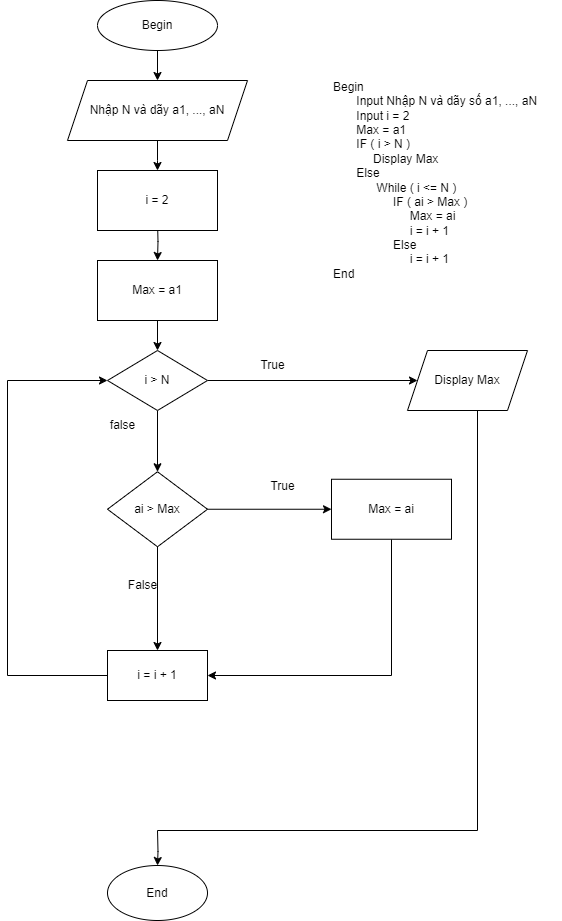
Above: ss4_MoTaThuatToanBangPseudoCode&Flowchart/BaiTap/TimSoLonNhaTrongMotDaySo.drawio.png in NguyenDung2211-nd/CO924G1-NguyenDung (draw.io), before the change. Source tidied: cells renumbered, new cells last; positions are measured from the earlier drawing's top-left corner, leaving out a move shared by most shapes.
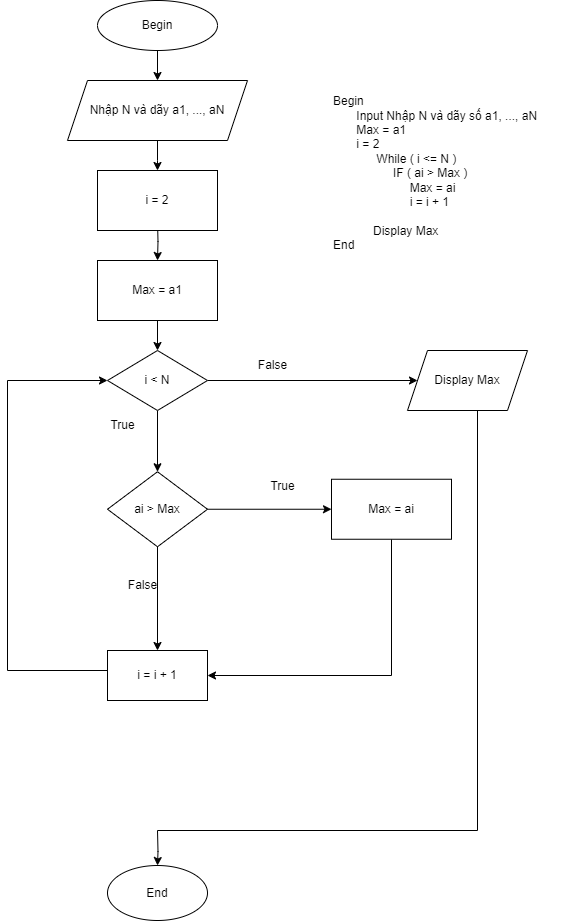
Above is the later version.

Diff of the diagram source:
```diff
@@ -2,8 +2,8 @@
   <root>
     <mxCell id="0" />
     <mxCell id="1" parent="0" />
-    <mxCell id="2" value="Begin&lt;div&gt;&amp;nbsp; &amp;nbsp; &amp;nbsp; &amp;nbsp;Input Nhập N và dãy số a1, ..., aN&lt;/div&gt;&lt;div&gt;&amp;nbsp; &amp;nbsp; &amp;nbsp; &amp;nbsp;Input i = 2&lt;/div&gt;&lt;div&gt;&amp;nbsp; &amp;nbsp; &amp;nbsp; &amp;nbsp;Max = a1&lt;/div&gt;&lt;div&gt;&amp;nbsp; &amp;nbsp; &amp;nbsp; &amp;nbsp;IF ( i &amp;gt; N )&lt;/div&gt;&lt;div&gt;&amp;nbsp; &amp;nbsp; &amp;nbsp; &amp;nbsp; &amp;nbsp; &amp;nbsp; Display Max&lt;/div&gt;&lt;div&gt;&amp;nbsp; &amp;nbsp; &amp;nbsp; &amp;nbsp;Else&amp;nbsp;&lt;/div&gt;&lt;div&gt;&amp;nbsp; &amp;nbsp; &amp;nbsp; &amp;nbsp; &amp;nbsp; &amp;nbsp; &amp;nbsp;While ( i &amp;lt;= N )&lt;/div&gt;&lt;div&gt;&amp;nbsp; &amp;nbsp; &amp;nbsp; &amp;nbsp; &amp;nbsp; &amp;nbsp; &amp;nbsp; &amp;nbsp; &amp;nbsp; IF ( ai &amp;gt; Max )&lt;/div&gt;&lt;div&gt;&amp;nbsp; &amp;nbsp; &amp;nbsp; &amp;nbsp; &amp;nbsp; &amp;nbsp; &amp;nbsp; &amp;nbsp; &amp;nbsp; &amp;nbsp; &amp;nbsp; &amp;nbsp;Max = ai&lt;/div&gt;&lt;div&gt;&amp;nbsp; &amp;nbsp; &amp;nbsp; &amp;nbsp; &amp;nbsp; &amp;nbsp; &amp;nbsp; &amp;nbsp; &amp;nbsp; &amp;nbsp; &amp;nbsp; &amp;nbsp;i = i + 1&lt;/div&gt;&lt;div&gt;&amp;nbsp; &amp;nbsp; &amp;nbsp; &amp;nbsp; &amp;nbsp; &amp;nbsp; &amp;nbsp; &amp;nbsp; &amp;nbsp; Else&lt;/div&gt;&lt;div&gt;&amp;nbsp; &amp;nbsp; &amp;nbsp; &amp;nbsp; &amp;nbsp; &amp;nbsp; &amp;nbsp; &amp;nbsp; &amp;nbsp; &amp;nbsp; &amp;nbsp; &amp;nbsp;i = i + 1&lt;/div&gt;&lt;div&gt;End&lt;/div&gt;" style="text;html=1;align=left;verticalAlign=middle;strokeColor=none;fillColor=none;" parent="1" vertex="1">
-      <mxGeometry x="324" y="70" width="230" height="220" as="geometry" />
+    <mxCell id="2" value="Begin&lt;div&gt;&amp;nbsp; &amp;nbsp; &amp;nbsp; &amp;nbsp;Input Nhập N và dãy số a1, ..., aN&lt;/div&gt;&lt;div&gt;&amp;nbsp; &amp;nbsp; &amp;nbsp; &amp;nbsp;Max = a1&lt;/div&gt;&lt;div&gt;&amp;nbsp; &amp;nbsp; &amp;nbsp; &amp;nbsp;i = 2&lt;/div&gt;&lt;div&gt;&amp;nbsp; &amp;nbsp; &amp;nbsp; &amp;nbsp; &amp;nbsp; &amp;nbsp; &amp;nbsp;While ( i &amp;lt;= N )&lt;/div&gt;&lt;div&gt;&amp;nbsp; &amp;nbsp; &amp;nbsp; &amp;nbsp; &amp;nbsp; &amp;nbsp; &amp;nbsp; &amp;nbsp; &amp;nbsp; IF ( ai &amp;gt; Max )&lt;/div&gt;&lt;div&gt;&amp;nbsp; &amp;nbsp; &amp;nbsp; &amp;nbsp; &amp;nbsp; &amp;nbsp; &amp;nbsp; &amp;nbsp; &amp;nbsp; &amp;nbsp; &amp;nbsp; &amp;nbsp;Max = ai&lt;/div&gt;&lt;div&gt;&amp;nbsp; &amp;nbsp; &amp;nbsp; &amp;nbsp; &amp;nbsp; &amp;nbsp; &amp;nbsp; &amp;nbsp; &amp;nbsp; &amp;nbsp; &amp;nbsp; &amp;nbsp;i = i + 1&lt;/div&gt;&lt;div&gt;&amp;nbsp; &amp;nbsp; &amp;nbsp; &amp;nbsp; &amp;nbsp; &amp;nbsp; &amp;nbsp; &amp;nbsp; &amp;nbsp;&amp;nbsp;&lt;/div&gt;&lt;div&gt;&amp;nbsp; &amp;nbsp; &amp;nbsp; &amp;nbsp; &amp;nbsp; &amp;nbsp; Display Max&lt;/div&gt;&lt;div&gt;End&lt;/div&gt;&lt;div&gt;&lt;br&gt;&lt;/div&gt;" style="text;html=1;align=left;verticalAlign=middle;strokeColor=none;fillColor=none;" parent="1" vertex="1">
+      <mxGeometry x="324" y="85" width="230" height="190" as="geometry" />
     </mxCell>
     <mxCell id="3" style="edgeStyle=orthogonalEdgeStyle;rounded=0;jettySize=auto;html=1;" parent="1" edge="1" source="4" target="6">
       <mxGeometry relative="1" as="geometry" />
@@ -30,7 +30,7 @@
     <mxCell id="9" style="edgeStyle=orthogonalEdgeStyle;rounded=0;jettySize=auto;html=1;entryX=0.5;entryY=0;entryDx=0;entryDy=0;" parent="1" edge="1" source="10" target="19">
       <mxGeometry relative="1" as="geometry" />
     </mxCell>
-    <mxCell id="10" value="i &amp;gt; N" style="rhombus;whiteSpace=wrap;html=1;" parent="1" vertex="1">
+    <mxCell id="10" value="i &amp;lt; N" style="rhombus;whiteSpace=wrap;html=1;" parent="1" vertex="1">
       <mxGeometry x="100" y="350" width="100" height="60" as="geometry" />
     </mxCell>
     <mxCell id="11" style="edgeStyle=orthogonalEdgeStyle;rounded=0;jettySize=auto;html=1;" parent="1" edge="1" source="12" target="10">
@@ -42,7 +42,7 @@
     <mxCell id="13" value="Display Max" style="shape=parallelogram;perimeter=parallelogramPerimeter;whiteSpace=wrap;html=1;fixedSize=1;" parent="1" vertex="1">
       <mxGeometry x="400" y="350" width="120" height="60" as="geometry" />
     </mxCell>
-    <mxCell id="14" value="True" style="text;html=1;align=center;verticalAlign=middle;strokeColor=none;fillColor=none;" parent="1" vertex="1">
+    <mxCell id="14" value="False" style="text;html=1;align=center;verticalAlign=middle;strokeColor=none;fillColor=none;" parent="1" vertex="1">
       <mxGeometry x="240" y="350" width="50" height="30" as="geometry" />
     </mxCell>
     <mxCell id="15" style="edgeStyle=orthogonalEdgeStyle;rounded=0;jettySize=auto;html=1;" parent="1" edge="1" target="19">
@@ -50,7 +50,7 @@
         <mxPoint x="150" y="510" as="sourcePoint" />
       </mxGeometry>
     </mxCell>
-    <mxCell id="16" value="false" style="text;html=1;align=center;verticalAlign=middle;strokeColor=none;fillColor=none;" parent="1" vertex="1">
+    <mxCell id="16" value="True" style="text;html=1;align=center;verticalAlign=middle;strokeColor=none;fillColor=none;" parent="1" vertex="1">
       <mxGeometry x="90" y="410" width="50" height="30" as="geometry" />
     </mxCell>
     <mxCell id="17" style="edgeStyle=orthogonalEdgeStyle;rounded=0;jettySize=auto;html=1;entryX=0;entryY=0.5;entryDx=0;entryDy=0;" parent="1" edge="1" source="19" target="30">
@@ -94,7 +94,7 @@
     <mxCell id="27" style="edgeStyle=orthogonalEdgeStyle;rounded=0;jettySize=auto;html=1;entryX=0;entryY=0.5;entryDx=0;entryDy=0;" parent="1" edge="1" source="20" target="10">
       <mxGeometry relative="1" as="geometry">
         <Array as="points">
-          <mxPoint y="675" />
+          <mxPoint y="670" />
           <mxPoint y="380" />
         </Array>
       </mxGeometry>
```
